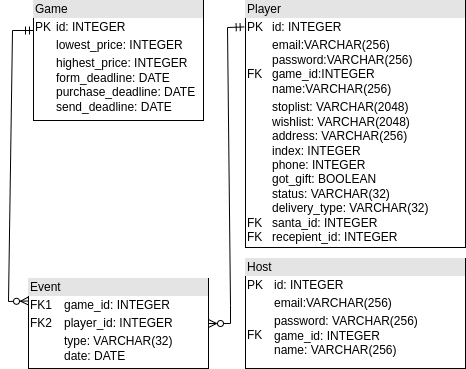
moevm/nosql2h24-secret-santa keeps this draw.io diagram as assets/sql.png. Above is the earlier version. Source tidied: cells renumbered, new cells last; positions are measured from the earlier drawing's top-left corner, leaving out a move shared by most shapes.
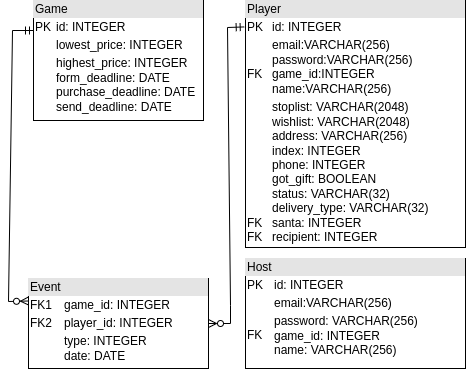
The same diagram one commit later.

Diff of the diagram source:
```diff
@@ -5,7 +5,7 @@
     <mxCell id="2" value="&lt;div style=&quot;box-sizing:border-box;width:100%;background:#e4e4e4;padding:2px;&quot;&gt;Host&lt;/div&gt;&lt;table style=&quot;width:100%;font-size:1em;&quot; cellpadding=&quot;2&quot; cellspacing=&quot;0&quot;&gt;&lt;tbody&gt;&lt;tr&gt;&lt;td&gt;PK&lt;br&gt;&lt;/td&gt;&lt;td&gt;id: INTEGER&lt;/td&gt;&lt;/tr&gt;&lt;tr&gt;&lt;td&gt;&lt;/td&gt;&lt;td&gt;email:VARCHAR(256)&lt;/td&gt;&lt;/tr&gt;&lt;tr&gt;&lt;td&gt;FK&lt;/td&gt;&lt;td&gt;password: VARCHAR(256)&lt;br&gt;game_id: INTEGER&lt;br&gt;name: VARCHAR(256)&lt;/td&gt;&lt;/tr&gt;&lt;/tbody&gt;&lt;/table&gt;" style="verticalAlign=top;align=left;overflow=fill;html=1;" parent="1" vertex="1">
       <mxGeometry x="237" y="258" width="220" height="110" as="geometry" />
     </mxCell>
-    <mxCell id="3" value="&lt;div style=&quot;box-sizing:border-box;width:100%;background:#e4e4e4;padding:2px;&quot;&gt;Player&lt;/div&gt;&lt;table style=&quot;width:100%;font-size:1em;&quot; cellpadding=&quot;2&quot; cellspacing=&quot;0&quot;&gt;&lt;tbody&gt;&lt;tr&gt;&lt;td&gt;PK&lt;br&gt;&lt;/td&gt;&lt;td&gt;id: INTEGER&lt;/td&gt;&lt;/tr&gt;&lt;tr&gt;&lt;td&gt;&lt;br&gt;FK&lt;/td&gt;&lt;td&gt;email:VARCHAR(256)&lt;br&gt;password:VARCHAR(256)&lt;br&gt;game_id:INTEGER&lt;br&gt;name:VARCHAR(256)&lt;/td&gt;&lt;/tr&gt;&lt;tr&gt;&lt;td&gt;&lt;br&gt;&lt;br&gt;&lt;br&gt;&lt;br&gt;&lt;br&gt;&lt;br&gt;&lt;br&gt;&lt;br&gt;FK&lt;br&gt;FK&lt;/td&gt;&lt;td&gt;stoplist: VARCHAR(2048)&lt;br&gt;wishlist: VARCHAR(2048)&lt;br&gt;address: VARCHAR(256)&lt;br&gt;index: INTEGER&lt;br&gt;phone: INTEGER&lt;br&gt;got_gift: BOOLEAN&lt;br&gt;status: VARCHAR(32)&lt;br&gt;delivery_type: VARCHAR(32)&lt;br&gt;santa_id: INTEGER&lt;br&gt;recepient_id: INTEGER&lt;/td&gt;&lt;/tr&gt;&lt;/tbody&gt;&lt;/table&gt;" style="verticalAlign=top;align=left;overflow=fill;html=1;" parent="1" vertex="1">
+    <mxCell id="3" value="&lt;div style=&quot;box-sizing:border-box;width:100%;background:#e4e4e4;padding:2px;&quot;&gt;Player&lt;/div&gt;&lt;table style=&quot;width:100%;font-size:1em;&quot; cellpadding=&quot;2&quot; cellspacing=&quot;0&quot;&gt;&lt;tbody&gt;&lt;tr&gt;&lt;td&gt;PK&lt;br&gt;&lt;/td&gt;&lt;td&gt;id: INTEGER&lt;/td&gt;&lt;/tr&gt;&lt;tr&gt;&lt;td&gt;&lt;br&gt;FK&lt;/td&gt;&lt;td&gt;email:VARCHAR(256)&lt;br&gt;password:VARCHAR(256)&lt;br&gt;game_id:INTEGER&lt;br&gt;name:VARCHAR(256)&lt;/td&gt;&lt;/tr&gt;&lt;tr&gt;&lt;td&gt;&lt;br&gt;&lt;br&gt;&lt;br&gt;&lt;br&gt;&lt;br&gt;&lt;br&gt;&lt;br&gt;&lt;br&gt;FK&lt;br&gt;FK&lt;/td&gt;&lt;td&gt;stoplist: VARCHAR(2048)&lt;br&gt;wishlist: VARCHAR(2048)&lt;br&gt;address: VARCHAR(256)&lt;br&gt;index: INTEGER&lt;br&gt;phone: INTEGER&lt;br&gt;got_gift: BOOLEAN&lt;br&gt;status: VARCHAR(32)&lt;br&gt;delivery_type: VARCHAR(32)&lt;br&gt;santa: INTEGER&lt;br&gt;recipient: INTEGER&lt;/td&gt;&lt;/tr&gt;&lt;/tbody&gt;&lt;/table&gt;" style="verticalAlign=top;align=left;overflow=fill;html=1;" parent="1" vertex="1">
       <mxGeometry x="237" width="220" height="247" as="geometry" />
     </mxCell>
     <mxCell id="4" style="edgeStyle=none;html=1;entryX=-0.006;entryY=0.107;entryDx=0;entryDy=0;startArrow=ERzeroToMany;startFill=0;endArrow=ERmandOne;endFill=0;rounded=0;exitX=1;exitY=0.5;exitDx=0;exitDy=0;entryPerimeter=0;" parent="1" edge="1" source="6" target="3">
@@ -25,7 +25,7 @@
         </Array>
       </mxGeometry>
     </mxCell>
-    <mxCell id="6" value="&lt;div style=&quot;box-sizing:border-box;width:100%;background:#e4e4e4;padding:2px;&quot;&gt;Event&lt;/div&gt;&lt;table style=&quot;width:100%;font-size:1em;&quot; cellpadding=&quot;2&quot; cellspacing=&quot;0&quot;&gt;&lt;tbody&gt;&lt;tr&gt;&lt;td&gt;FK1&lt;/td&gt;&lt;td&gt;game_id: INTEGER&lt;/td&gt;&lt;/tr&gt;&lt;tr&gt;&lt;td&gt;FK2&lt;/td&gt;&lt;td&gt;player_id: INTEGER&lt;/td&gt;&lt;/tr&gt;&lt;tr&gt;&lt;td&gt;&lt;/td&gt;&lt;td&gt;type: VARCHAR(32)&lt;br&gt;date: DATE&lt;/td&gt;&lt;/tr&gt;&lt;/tbody&gt;&lt;/table&gt;" style="verticalAlign=top;align=left;overflow=fill;html=1;" parent="1" vertex="1">
+    <mxCell id="6" value="&lt;div style=&quot;box-sizing:border-box;width:100%;background:#e4e4e4;padding:2px;&quot;&gt;Event&lt;/div&gt;&lt;table style=&quot;width:100%;font-size:1em;&quot; cellpadding=&quot;2&quot; cellspacing=&quot;0&quot;&gt;&lt;tbody&gt;&lt;tr&gt;&lt;td&gt;FK1&lt;/td&gt;&lt;td&gt;game_id: INTEGER&lt;/td&gt;&lt;/tr&gt;&lt;tr&gt;&lt;td&gt;FK2&lt;/td&gt;&lt;td&gt;player_id: INTEGER&lt;/td&gt;&lt;/tr&gt;&lt;tr&gt;&lt;td&gt;&lt;/td&gt;&lt;td&gt;type: INTEGER&lt;br&gt;date: DATE&lt;/td&gt;&lt;/tr&gt;&lt;/tbody&gt;&lt;/table&gt;" style="verticalAlign=top;align=left;overflow=fill;html=1;" parent="1" vertex="1">
       <mxGeometry x="20" y="278" width="180" height="90" as="geometry" />
     </mxCell>
     <mxCell id="7" value="&lt;div style=&quot;box-sizing:border-box;width:100%;background:#e4e4e4;padding:2px;&quot;&gt;Game&lt;/div&gt;&lt;table style=&quot;width:100%;font-size:1em;&quot; cellpadding=&quot;2&quot; cellspacing=&quot;0&quot;&gt;&lt;tbody&gt;&lt;tr&gt;&lt;td&gt;PK&lt;/td&gt;&lt;td&gt;id: INTEGER&lt;/td&gt;&lt;/tr&gt;&lt;tr&gt;&lt;td&gt;&lt;br&gt;&lt;/td&gt;&lt;td&gt;lowest_price: INTEGER&lt;/td&gt;&lt;/tr&gt;&lt;tr&gt;&lt;td&gt;&lt;/td&gt;&lt;td&gt;highest_price: INTEGER&lt;br&gt;form_deadline: DATE&lt;br&gt;purchase_deadline: DATE&lt;br&gt;send_deadline: DATE&lt;/td&gt;&lt;/tr&gt;&lt;/tbody&gt;&lt;/table&gt;" style="verticalAlign=top;align=left;overflow=fill;html=1;" parent="1" vertex="1">
```
